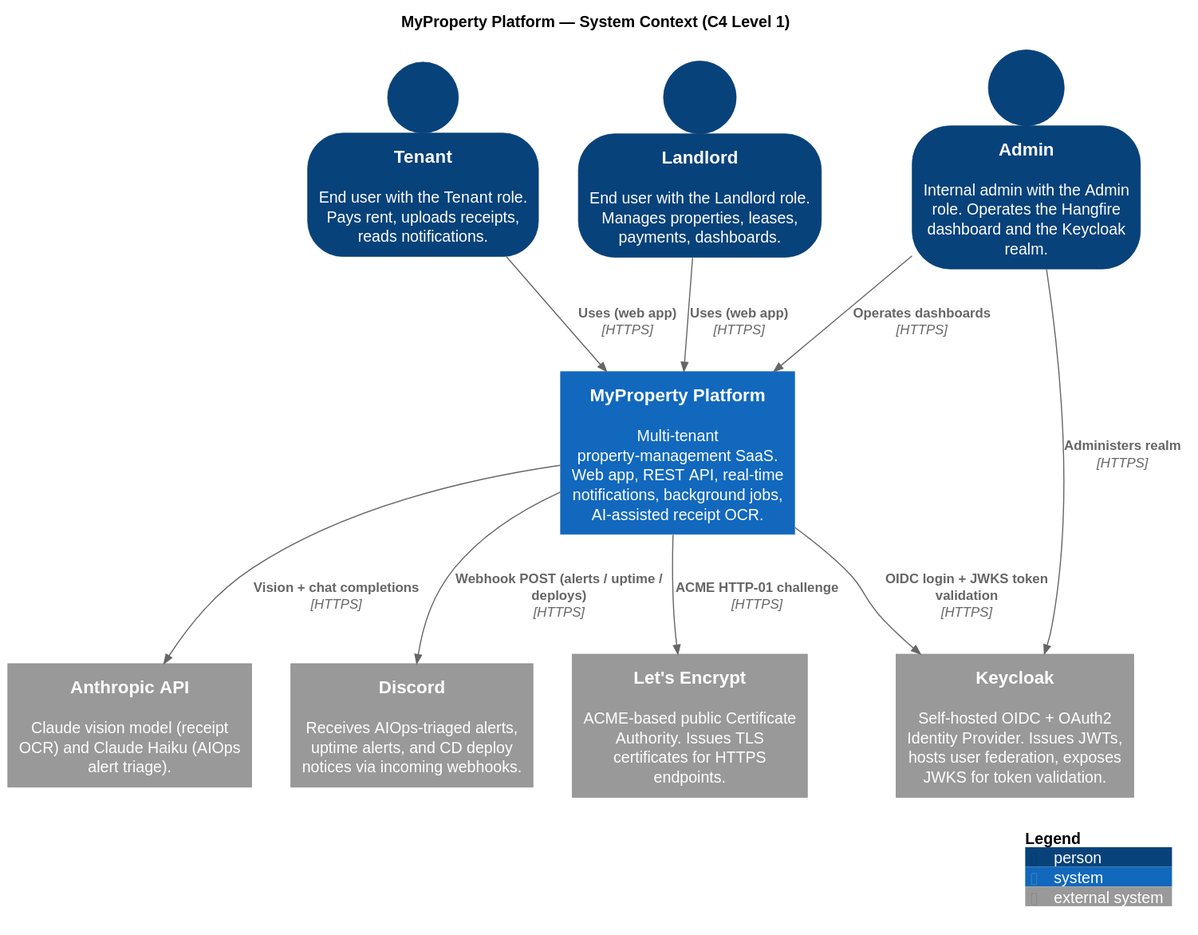
Earlier version of the PlantUML export docs/architecture/diagrams/context.svg (LIFE-Property-Management/MyProperty).
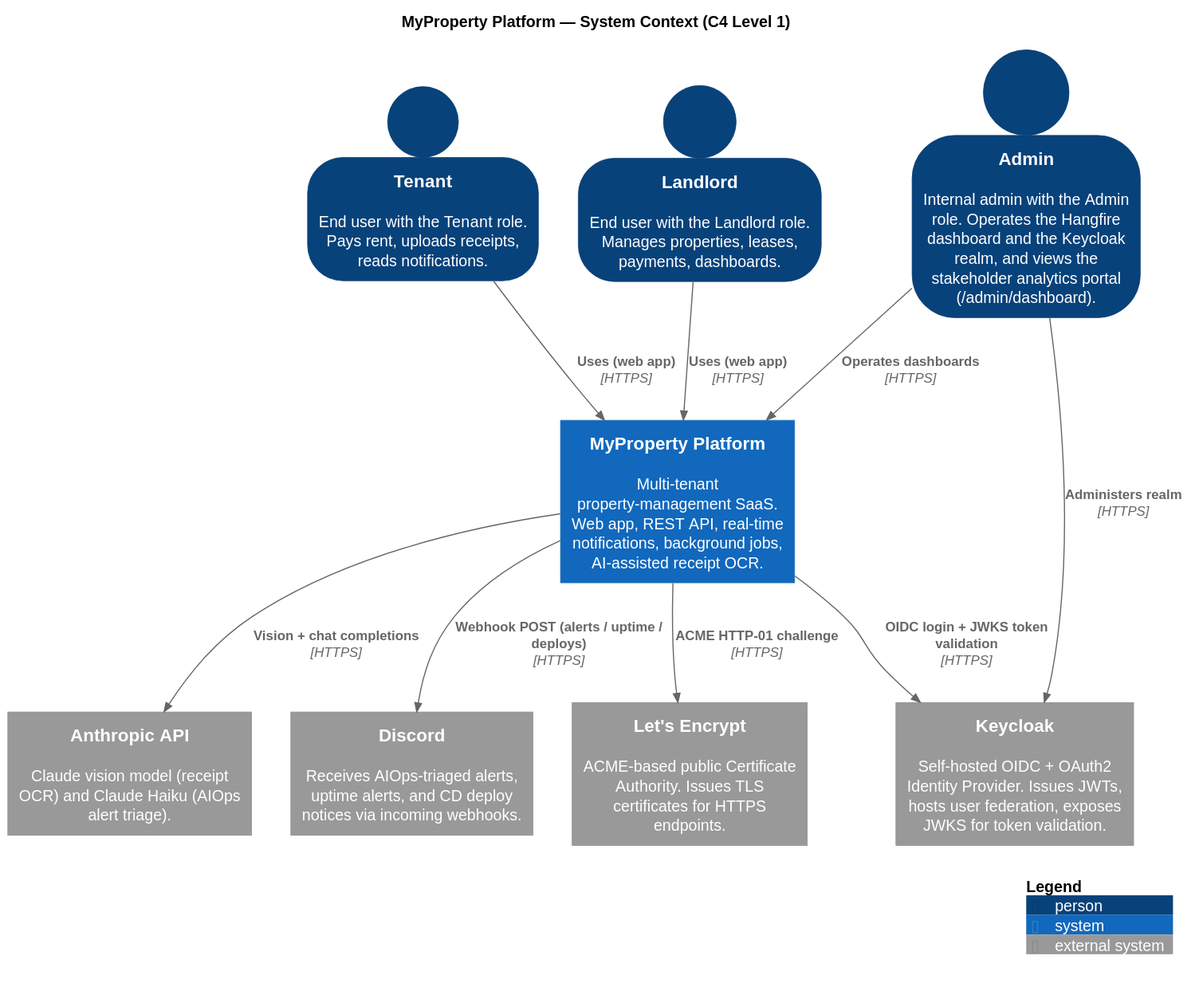
The same file after the commit.

Change to the diagram source:
```diff
@@ -8,7 +8,7 @@
 
 Person(tenant,   "Tenant",   "End user with the Tenant role. Pays rent, uploads receipts, reads notifications.")
 Person(landlord, "Landlord", "End user with the Landlord role. Manages properties, leases, payments, dashboards.")
-Person(admin,    "Admin",    "Internal admin with the Admin role. Operates the Hangfire dashboard and the Keycloak realm.")
+Person(admin,    "Admin",    "Internal admin with the Admin role. Operates the Hangfire dashboard and the Keycloak realm, and views the stakeholder analytics portal (/admin/dashboard).")
 
 System(myproperty, "MyProperty Platform", "Multi-tenant property-management SaaS. Web app, REST API, real-time notifications, background jobs, AI-assisted receipt OCR.")
 
```
